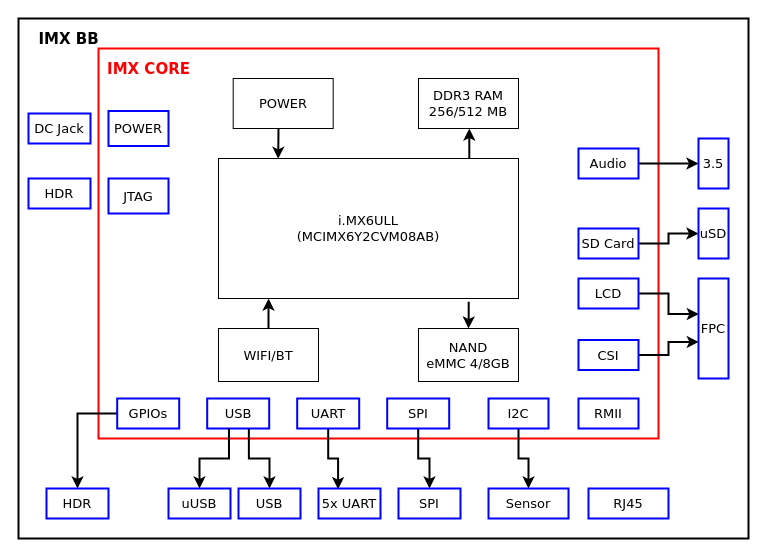
The draw.io diagram IMX6ULL.drawio in anhvanthe/01_my_drawio, before the edit. Source tidied: cells renumbered, new cells numbered last; positions are measured from the earlier drawing's top-left corner, leaving out a move shared by most shapes. Both pictures are drawn from the tidied source at 100%, with x=0, y=0 at pixel (18, 18).
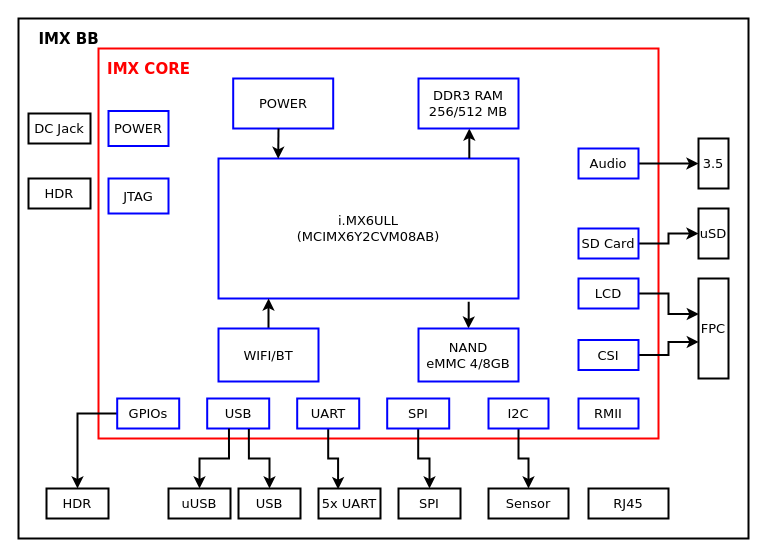
The same diagram, later.

What changed in the source:
```diff
@@
-    <mxCell id="4" value="i.MX6ULL&lt;br style=&quot;font-size: 13px;&quot;&gt;(MCIMX6Y2CVM08AB)" style="rounded=0;whiteSpace=wrap;html=1;fontFamily=Verdana;fontSize=13;" parent="1" vertex="1">
+    <mxCell id="4" value="i.MX6ULL&lt;br style=&quot;font-size: 13px;&quot;&gt;(MCIMX6Y2CVM08AB)" style="rounded=0;whiteSpace=wrap;html=1;fontFamily=Verdana;fontSize=13;strokeWidth=2;strokeColor=#0000FF;" parent="1" vertex="1">
       <mxGeometry x="200" y="140" width="300" height="140" as="geometry" />
     </mxCell>
-    <mxCell id="5" value="POWER" style="rounded=0;whiteSpace=wrap;html=1;fontFamily=Verdana;fontSize=13;" parent="1" vertex="1">
+    <mxCell id="5" value="POWER" style="rounded=0;whiteSpace=wrap;html=1;fontFamily=Verdana;fontSize=13;strokeWidth=2;strokeColor=#0000FF;" parent="1" vertex="1">
       <mxGeometry x="214.7" y="60" width="100" height="50" as="geometry" />
     </mxCell>
@@
-    <mxCell id="7" value="DDR3 RAM&lt;br style=&quot;font-size: 13px;&quot;&gt;256/512 MB" style="rounded=0;whiteSpace=wrap;html=1;fontFamily=Verdana;fontSize=13;" parent="1" vertex="1">
+    <mxCell id="7" value="DDR3 RAM&lt;br style=&quot;font-size: 13px;&quot;&gt;256/512 MB" style="rounded=0;whiteSpace=wrap;html=1;fontFamily=Verdana;fontSize=13;strokeWidth=2;strokeColor=#0000FF;" parent="1" vertex="1">
       <mxGeometry x="400" y="60" width="100" height="50" as="geometry" />
     </mxCell>
@@
-    <mxCell id="9" value="NAND&lt;br style=&quot;font-size: 13px;&quot;&gt;eMMC 4/8GB" style="rounded=0;whiteSpace=wrap;html=1;fontFamily=Verdana;fontSize=13;" parent="1" vertex="1">
+    <mxCell id="9" value="NAND&lt;br style=&quot;font-size: 13px;&quot;&gt;eMMC 4/8GB" style="rounded=0;whiteSpace=wrap;html=1;fontFamily=Verdana;fontSize=13;strokeWidth=2;strokeColor=#0000FF;" parent="1" vertex="1">
       <mxGeometry x="400" y="310" width="100" height="53" as="geometry" />
     </mxCell>
@@
-    <mxCell id="11" value="WIFI/BT" style="rounded=0;whiteSpace=wrap;html=1;fontFamily=Verdana;fontSize=13;" parent="1" vertex="1">
+    <mxCell id="11" value="WIFI/BT" style="rounded=0;whiteSpace=wrap;html=1;fontFamily=Verdana;fontSize=13;strokeWidth=2;strokeColor=#0000FF;" parent="1" vertex="1">
       <mxGeometry x="200" y="310" width="100" height="53" as="geometry" />
     </mxCell>
@@
-    <mxCell id="34" value="HDR" style="rounded=0;whiteSpace=wrap;html=1;strokeColor=#0000FF;strokeWidth=2;fillColor=none;gradientColor=none;fontFamily=Verdana;fontSize=13;" parent="1" vertex="1">
+    <mxCell id="34" value="HDR" style="rounded=0;whiteSpace=wrap;html=1;strokeColor=#000000;strokeWidth=2;fillColor=none;gradientColor=none;fontFamily=Verdana;fontSize=13;" parent="1" vertex="1">
       <mxGeometry x="28" y="470" width="62" height="30" as="geometry" />
     </mxCell>
@@
-    <mxCell id="36" value="uUSB" style="rounded=0;whiteSpace=wrap;html=1;strokeColor=#0000FF;strokeWidth=2;fillColor=none;gradientColor=none;fontFamily=Verdana;fontSize=13;" parent="1" vertex="1">
+    <mxCell id="36" value="uUSB" style="rounded=0;whiteSpace=wrap;html=1;strokeColor=#000000;strokeWidth=2;fillColor=none;gradientColor=none;fontFamily=Verdana;fontSize=13;" parent="1" vertex="1">
       <mxGeometry x="150" y="470" width="62" height="30" as="geometry" />
     </mxCell>
@@
-    <mxCell id="38" value="USB" style="rounded=0;whiteSpace=wrap;html=1;strokeColor=#0000FF;strokeWidth=2;fillColor=none;gradientColor=none;fontFamily=Verdana;fontSize=13;" parent="1" vertex="1">
+    <mxCell id="38" value="USB" style="rounded=0;whiteSpace=wrap;html=1;strokeColor=#000000;strokeWidth=2;fillColor=none;gradientColor=none;fontFamily=Verdana;fontSize=13;" parent="1" vertex="1">
       <mxGeometry x="220" y="470" width="62" height="30" as="geometry" />
     </mxCell>
-    <mxCell id="39" value="5x UART" style="rounded=0;whiteSpace=wrap;html=1;strokeColor=#0000FF;strokeWidth=2;fillColor=none;gradientColor=none;fontFamily=Verdana;fontSize=13;" parent="1" vertex="1">
+    <mxCell id="39" value="5x UART" style="rounded=0;whiteSpace=wrap;html=1;strokeColor=#000000;strokeWidth=2;fillColor=none;gradientColor=none;fontFamily=Verdana;fontSize=13;" parent="1" vertex="1">
       <mxGeometry x="300" y="470" width="62" height="30" as="geometry" />
     </mxCell>
-    <mxCell id="40" value="Sensor" style="rounded=0;whiteSpace=wrap;html=1;strokeColor=#0000FF;strokeWidth=2;fillColor=none;gradientColor=none;fontFamily=Verdana;fontSize=13;" parent="1" vertex="1">
+    <mxCell id="40" value="Sensor" style="rounded=0;whiteSpace=wrap;html=1;strokeColor=#000000;strokeWidth=2;fillColor=none;gradientColor=none;fontFamily=Verdana;fontSize=13;" parent="1" vertex="1">
       <mxGeometry x="470" y="470" width="80" height="30" as="geometry" />
     </mxCell>
-    <mxCell id="41" value="SPI" style="rounded=0;whiteSpace=wrap;html=1;strokeColor=#0000FF;strokeWidth=2;fillColor=none;gradientColor=none;fontFamily=Verdana;fontSize=13;" parent="1" vertex="1">
+    <mxCell id="41" value="SPI" style="rounded=0;whiteSpace=wrap;html=1;strokeColor=#000000;strokeWidth=2;fillColor=none;gradientColor=none;fontFamily=Verdana;fontSize=13;" parent="1" vertex="1">
       <mxGeometry x="380" y="470" width="62" height="30" as="geometry" />
     </mxCell>
-    <mxCell id="42" value="RJ45" style="rounded=0;whiteSpace=wrap;html=1;strokeColor=#0000FF;strokeWidth=2;fillColor=none;gradientColor=none;fontFamily=Verdana;fontSize=13;" parent="1" vertex="1">
+    <mxCell id="42" value="RJ45" style="rounded=0;whiteSpace=wrap;html=1;strokeColor=#000000;strokeWidth=2;fillColor=none;gradientColor=none;fontFamily=Verdana;fontSize=13;" parent="1" vertex="1">
       <mxGeometry x="570" y="470" width="80" height="30" as="geometry" />
     </mxCell>
-    <mxCell id="43" value="FPC" style="rounded=0;whiteSpace=wrap;html=1;strokeColor=#0000FF;strokeWidth=2;fillColor=none;gradientColor=none;fontFamily=Verdana;fontSize=13;" parent="1" vertex="1">
+    <mxCell id="43" value="FPC" style="rounded=0;whiteSpace=wrap;html=1;strokeColor=#000000;strokeWidth=2;fillColor=none;gradientColor=none;fontFamily=Verdana;fontSize=13;" parent="1" vertex="1">
       <mxGeometry x="680" y="260" width="30" height="100" as="geometry" />
     </mxCell>
-    <mxCell id="44" value="uSD" style="rounded=0;whiteSpace=wrap;html=1;strokeColor=#0000FF;strokeWidth=2;fillColor=none;gradientColor=none;fontFamily=Verdana;fontSize=13;" parent="1" vertex="1">
+    <mxCell id="44" value="uSD" style="rounded=0;whiteSpace=wrap;html=1;strokeColor=#000000;strokeWidth=2;fillColor=none;gradientColor=none;fontFamily=Verdana;fontSize=13;" parent="1" vertex="1">
       <mxGeometry x="680" y="190" width="30" height="50" as="geometry" />
     </mxCell>
-    <mxCell id="45" value="3.5" style="rounded=0;whiteSpace=wrap;html=1;strokeColor=#0000FF;strokeWidth=2;fillColor=none;gradientColor=none;fontFamily=Verdana;fontSize=13;" parent="1" vertex="1">
+    <mxCell id="45" value="3.5" style="rounded=0;whiteSpace=wrap;html=1;strokeColor=#000000;strokeWidth=2;fillColor=none;gradientColor=none;fontFamily=Verdana;fontSize=13;" parent="1" vertex="1">
       <mxGeometry x="680" y="120" width="30" height="50" as="geometry" />
     </mxCell>
-    <mxCell id="46" value="DC Jack" style="rounded=0;whiteSpace=wrap;html=1;strokeColor=#0000FF;strokeWidth=2;fillColor=none;gradientColor=none;fontFamily=Verdana;fontSize=13;" parent="1" vertex="1">
+    <mxCell id="46" value="DC Jack" style="rounded=0;whiteSpace=wrap;html=1;strokeColor=#000000;strokeWidth=2;fillColor=none;gradientColor=none;fontFamily=Verdana;fontSize=13;" parent="1" vertex="1">
       <mxGeometry x="10" y="95" width="62" height="30" as="geometry" />
     </mxCell>
-    <mxCell id="47" value="HDR" style="rounded=0;whiteSpace=wrap;html=1;strokeColor=#0000FF;strokeWidth=2;fillColor=none;gradientColor=none;fontFamily=Verdana;fontSize=13;" parent="1" vertex="1">
+    <mxCell id="47" value="HDR" style="rounded=0;whiteSpace=wrap;html=1;strokeColor=#000000;strokeWidth=2;fillColor=none;gradientColor=none;fontFamily=Verdana;fontSize=13;" parent="1" vertex="1">
       <mxGeometry x="10" y="160" width="62" height="30" as="geometry" />
     </mxCell>
```
